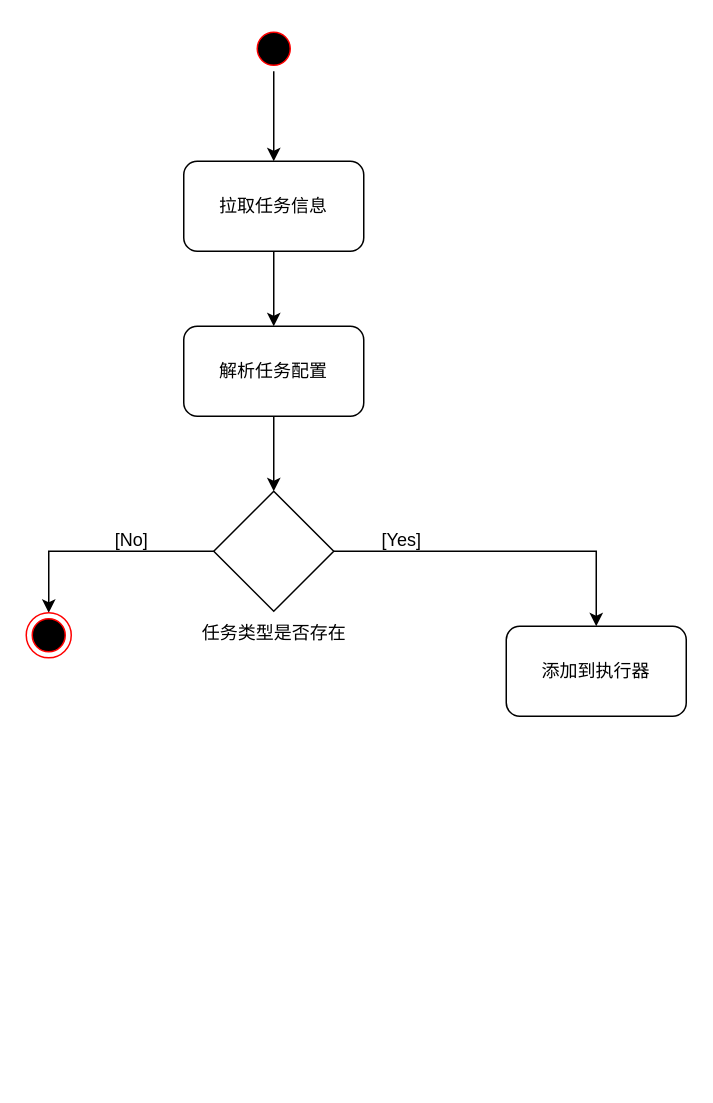
Earlier version of the draw.io diagram 执行模块活动图.drawio (tianshengdiwangK/common). Source tidied: cells renumbered, new cells numbered last; positions are measured from the earlier drawing's top-left corner, leaving out a move shared by most shapes. Both pictures are drawn from the tidied source at 150%, with x=0, y=0 at pixel (26, 26).
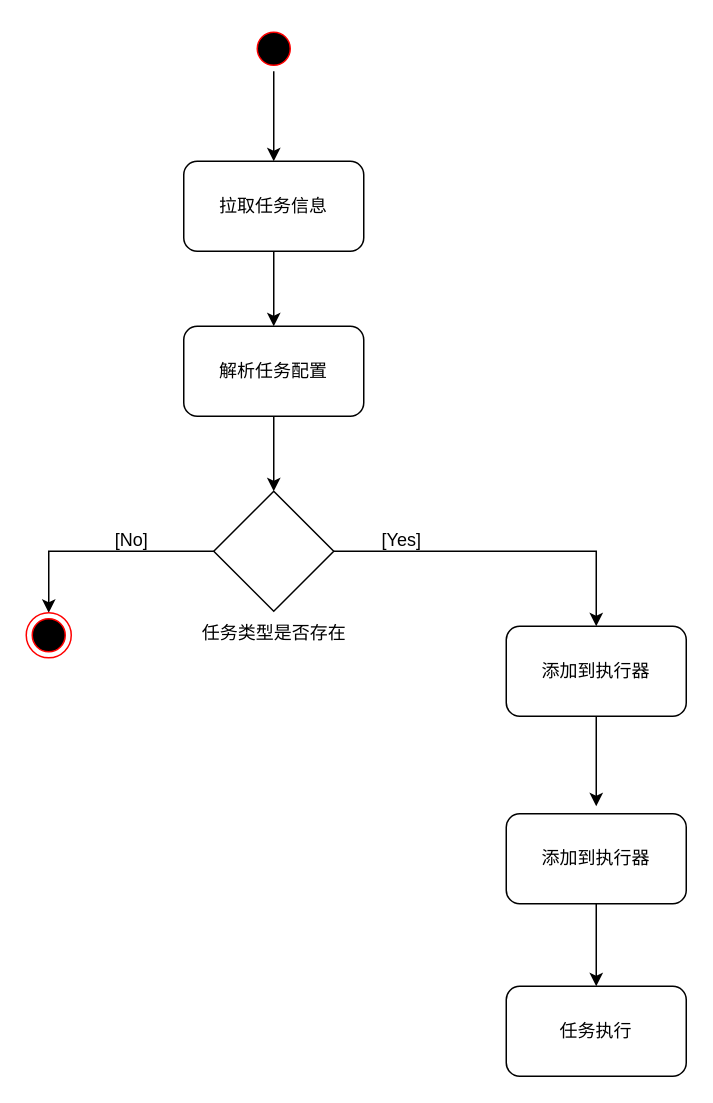
After the change.

Commit message:
更新执行模块活动图.drawio

Unchanged cells that the change refers to:
```xml
<mxCell id="15" value="添加到执行器" style="rounded=1;whiteSpace=wrap;html=1;" parent="1" vertex="1">
  <mxGeometry x="320" y="400" width="120" height="60" as="geometry" />
</mxCell>
```

Change to the diagram source:
```diff
@@
+    <mxCell id="16" style="edgeStyle=orthogonalEdgeStyle;rounded=0;jettySize=auto;html=1;" parent="1" edge="1" source="15">
+      <mxGeometry relative="1" as="geometry">
+        <mxPoint x="380" y="520" as="targetPoint" />
+      </mxGeometry>
+    </mxCell>
@@
+    <mxCell id="17" style="edgeStyle=orthogonalEdgeStyle;rounded=0;jettySize=auto;html=1;" parent="1" edge="1" source="18">
+      <mxGeometry relative="1" as="geometry">
+        <mxPoint x="380" y="640" as="targetPoint" />
+      </mxGeometry>
+    </mxCell>
+    <mxCell id="18" value="添加到执行器" style="rounded=1;whiteSpace=wrap;html=1;" parent="1" vertex="1">
+      <mxGeometry x="320" y="525" width="120" height="60" as="geometry" />
+    </mxCell>
+    <mxCell id="19" value="任务执行" style="rounded=1;whiteSpace=wrap;html=1;" parent="1" vertex="1">
+      <mxGeometry x="320" y="640" width="120" height="60" as="geometry" />
+    </mxCell>
```
